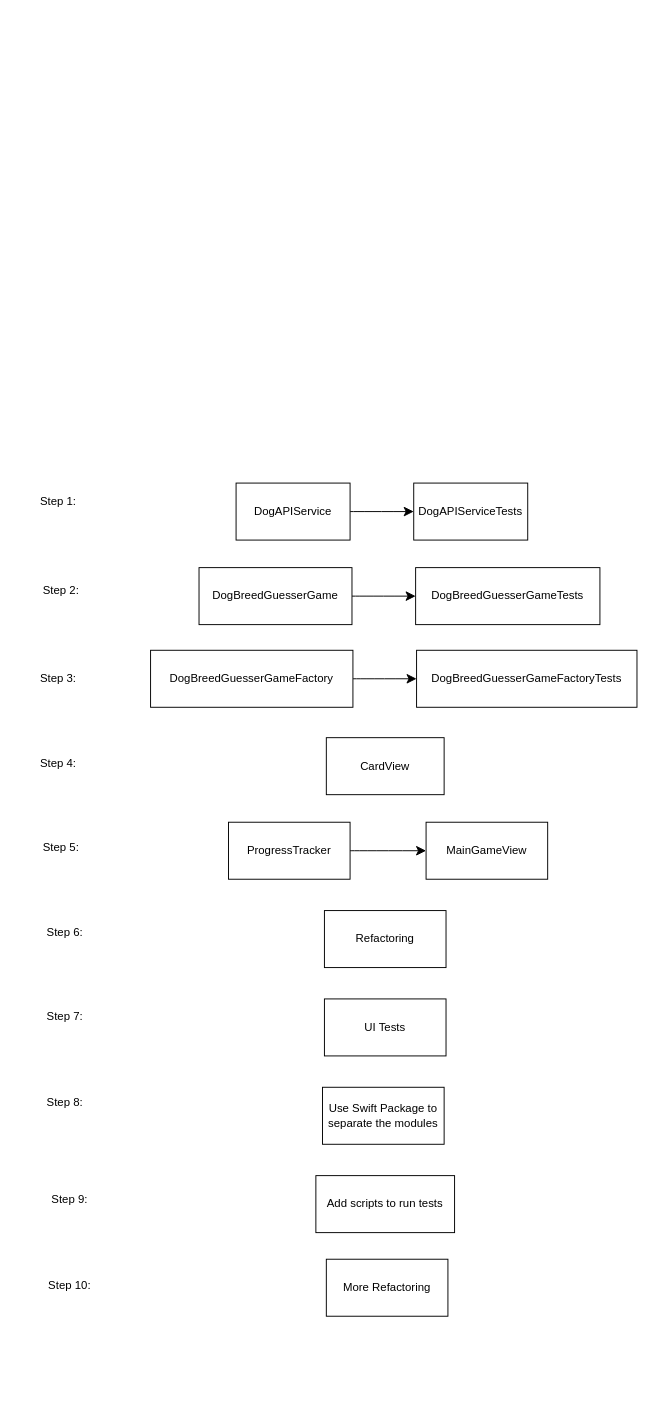
asura1234/DogBreedFlashCard keeps this draw.io diagram as DevelopmentPath.drawio. Above is the earlier version. Source tidied: cells renumbered, new cells numbered last; positions are measured from the earlier drawing's top-left corner, leaving out a move shared by most shapes. Both pictures are drawn from the tidied source at 95%, with x=0, y=0 at pixel (29, 483).
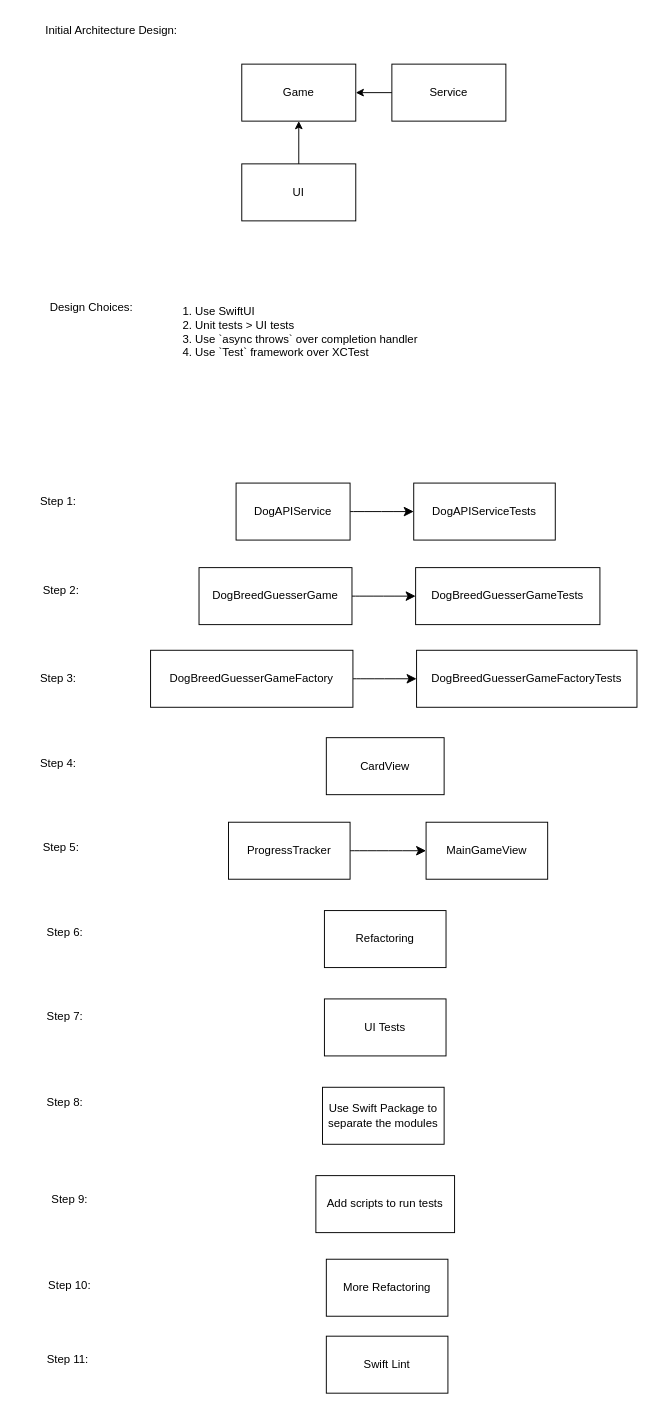
The same diagram, later.

Change to the diagram source:
```diff
@@
     <mxCell id="4" value="DogAPIServiceTests" style="rounded=0;whiteSpace=wrap;html=1;" parent="1" vertex="1">
-      <mxGeometry x="404" width="120" height="60" as="geometry" />
+      <mxGeometry x="404" width="149" height="60" as="geometry" />
     </mxCell>
@@
+    <mxCell id="30" value="Step 11:" style="text;html=1;align=center;verticalAlign=middle;whiteSpace=wrap;rounded=0;" parent="1" vertex="1">
+      <mxGeometry x="10" y="908" width="60" height="30" as="geometry" />
+    </mxCell>
+    <mxCell id="31" value="Swift Lint" style="rounded=0;whiteSpace=wrap;html=1;" parent="1" vertex="1">
+      <mxGeometry x="312" y="898" width="128" height="60" as="geometry" />
+    </mxCell>
+    <mxCell id="32" value="Game" style="rounded=0;whiteSpace=wrap;html=1;" parent="1" vertex="1">
+      <mxGeometry x="223" y="-441" width="120" height="60" as="geometry" />
+    </mxCell>
+    <mxCell id="33" value="Service" style="rounded=0;whiteSpace=wrap;html=1;" parent="1" vertex="1">
+      <mxGeometry x="381" y="-441" width="120" height="60" as="geometry" />
+    </mxCell>
+    <mxCell id="34" value="UI" style="rounded=0;whiteSpace=wrap;html=1;" parent="1" vertex="1">
+      <mxGeometry x="223" y="-336" width="120" height="60" as="geometry" />
+    </mxCell>
+    <mxCell id="35" style="endArrow=classic;html=1;rounded=0;entryX=0.5;entryY=1;entryDx=0;entryDy=0;exitX=0.5;exitY=0;exitDx=0;exitDy=0;" parent="1" edge="1" source="34" target="32">
+      <mxGeometry relative="1" as="geometry" />
+    </mxCell>
+    <mxCell id="36" style="endArrow=classic;html=1;rounded=0;entryX=1;entryY=0.5;entryDx=0;entryDy=0;exitX=0;exitY=0.5;exitDx=0;exitDy=0;" parent="1" edge="1" source="33" target="32">
+      <mxGeometry relative="1" as="geometry" />
+    </mxCell>
+    <mxCell id="37" value="Initial Architecture Design:" style="text;html=1;align=center;verticalAlign=middle;whiteSpace=wrap;rounded=0;" parent="1" vertex="1">
+      <mxGeometry x="7" y="-491" width="158" height="30" as="geometry" />
+    </mxCell>
+    <mxCell id="38" value="Design Choices:" style="text;html=1;align=center;verticalAlign=middle;whiteSpace=wrap;rounded=0;" parent="1" vertex="1">
+      <mxGeometry x="-14" y="-200" width="158" height="30" as="geometry" />
+    </mxCell>
+    <mxCell id="39" value="1. Use SwiftUI&lt;br&gt;2. Unit tests &amp;gt; UI tests&lt;div&gt;3. Use `async throws` over completion handler&lt;br&gt;4. Use `Test` framework over XCTest&lt;/div&gt;" style="text;html=1;align=left;verticalAlign=middle;whiteSpace=wrap;rounded=0;" parent="1" vertex="1">
+      <mxGeometry x="159" y="-174" width="254" height="30" as="geometry" />
+    </mxCell>
```
